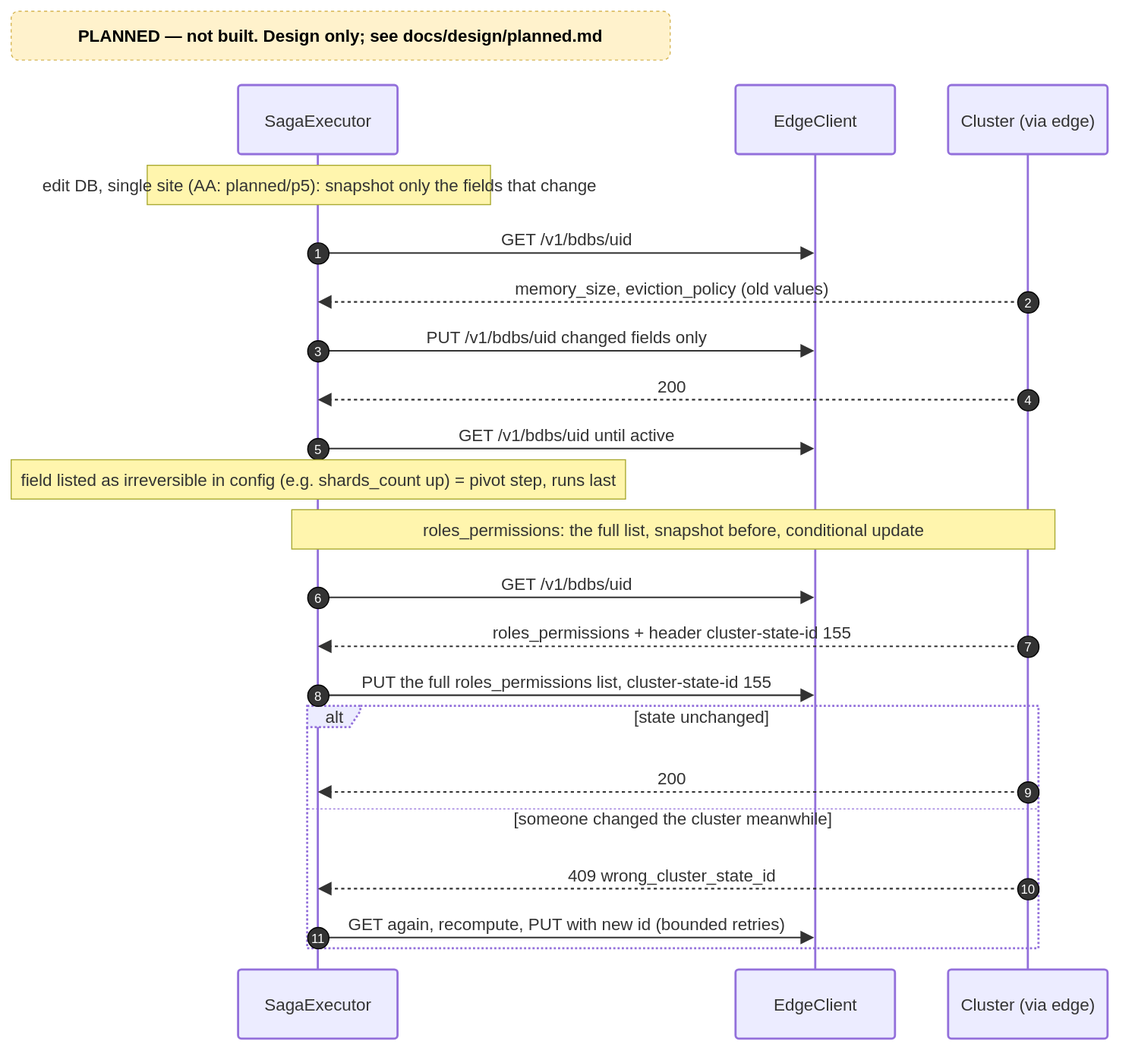
Before: docs/diagrams/planned/p3-seq-edit-database.drawio.svg, a diagram exported from draw.io (EliShteinman/redis-enterprise-services). Source tidied: cells renumbered, new cells last; positions are measured from the earlier drawing's top-left corner, leaving out a move shared by most shapes.
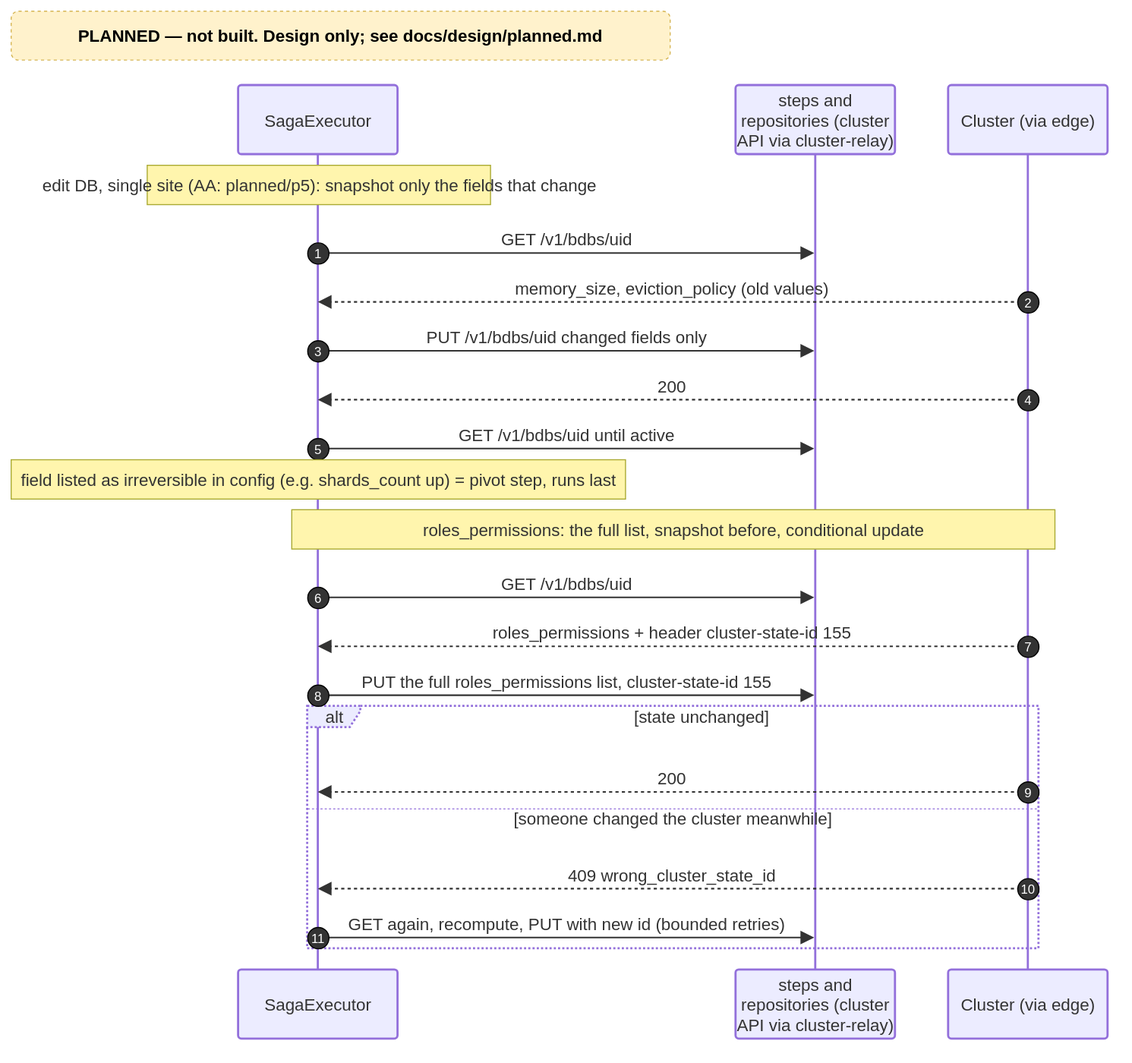
The same diagram one commit later.

The edit, as a diff of the source:
```diff
@@ -5,7 +5,7 @@
     <mxCell id="2" value="SagaExecutor" style="html=1;shape=umlLifeline;perimeter=lifelinePerimeter;whiteSpace=wrap;outlineConnect=0;portConstraint=eastwest;newEdgeStyle={&quot;edgeStyle&quot;:&quot;sequenceEdgeStyle&quot;,&quot;libavoidRouting&quot;:0,&quot;curved&quot;:0,&quot;rounded&quot;:0};lifelineDashed=0;strokeWidth=2;rounded=1;absoluteArcSize=1;arcSize=6;lifelineColor=light-dark(#9370DB,#cccccc);size=65;lifelineMirror=1;fillColor=light-dark(#ECECFF,#1f2020);strokeColor=light-dark(#9370DB,#cccccc);fontColor=light-dark(#333333,#cccccc);fontFamily=Trebuchet MS,Verdana,Arial,sans-serif;fontSize=16;" parent="1" vertex="1">
       <mxGeometry x="214" y="70" width="150" height="897" as="geometry" />
     </mxCell>
-    <mxCell id="3" value="EdgeClient" style="html=1;shape=umlLifeline;perimeter=lifelinePerimeter;whiteSpace=wrap;outlineConnect=0;portConstraint=eastwest;newEdgeStyle={&quot;edgeStyle&quot;:&quot;sequenceEdgeStyle&quot;,&quot;libavoidRouting&quot;:0,&quot;curved&quot;:0,&quot;rounded&quot;:0};lifelineDashed=0;strokeWidth=2;rounded=1;absoluteArcSize=1;arcSize=6;lifelineColor=light-dark(#9370DB,#cccccc);size=65;lifelineMirror=1;fillColor=light-dark(#ECECFF,#1f2020);strokeColor=light-dark(#9370DB,#cccccc);fontColor=light-dark(#333333,#cccccc);fontFamily=Trebuchet MS,Verdana,Arial,sans-serif;fontSize=16;" parent="1" vertex="1">
+    <mxCell id="3" value="steps and repositories (cluster API via cluster-relay)" style="html=1;shape=umlLifeline;perimeter=lifelinePerimeter;whiteSpace=wrap;outlineConnect=0;portConstraint=eastwest;newEdgeStyle={&quot;edgeStyle&quot;:&quot;sequenceEdgeStyle&quot;,&quot;libavoidRouting&quot;:0,&quot;curved&quot;:0,&quot;rounded&quot;:0};lifelineDashed=0;strokeWidth=2;rounded=1;absoluteArcSize=1;arcSize=6;lifelineColor=light-dark(#9370DB,#cccccc);size=65;lifelineMirror=1;fillColor=light-dark(#ECECFF,#1f2020);strokeColor=light-dark(#9370DB,#cccccc);fontColor=light-dark(#333333,#cccccc);fontFamily=Trebuchet MS,Verdana,Arial,sans-serif;fontSize=16;" parent="1" vertex="1">
       <mxGeometry x="682" y="70" width="150" height="897" as="geometry" />
     </mxCell>
     <mxCell id="4" value="Cluster (via edge)" style="html=1;shape=umlLifeline;perimeter=lifelinePerimeter;whiteSpace=wrap;outlineConnect=0;portConstraint=eastwest;newEdgeStyle={&quot;edgeStyle&quot;:&quot;sequenceEdgeStyle&quot;,&quot;libavoidRouting&quot;:0,&quot;curved&quot;:0,&quot;rounded&quot;:0};lifelineDashed=0;strokeWidth=2;rounded=1;absoluteArcSize=1;arcSize=6;lifelineColor=light-dark(#9370DB,#cccccc);size=65;lifelineMirror=1;fillColor=light-dark(#ECECFF,#1f2020);strokeColor=light-dark(#9370DB,#cccccc);fontColor=light-dark(#333333,#cccccc);fontFamily=Trebuchet MS,Verdana,Arial,sans-serif;fontSize=16;" parent="1" vertex="1">
```
